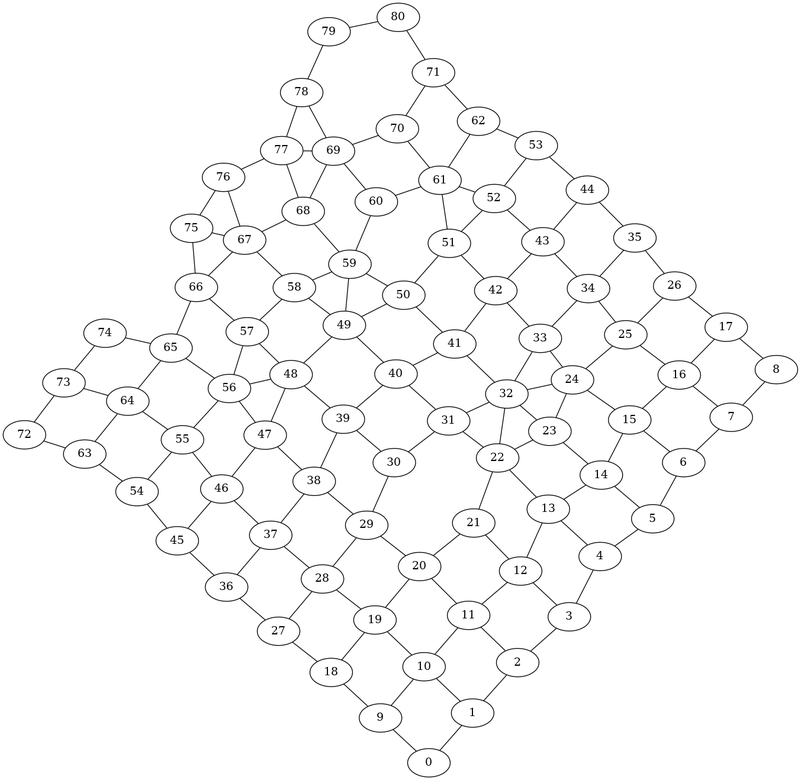
lorenzorizzi17/urban_network keeps this Graphviz diagram as fig/graph.png. Above is the earlier version. Its source is kept beside it as fig/graph.dot.
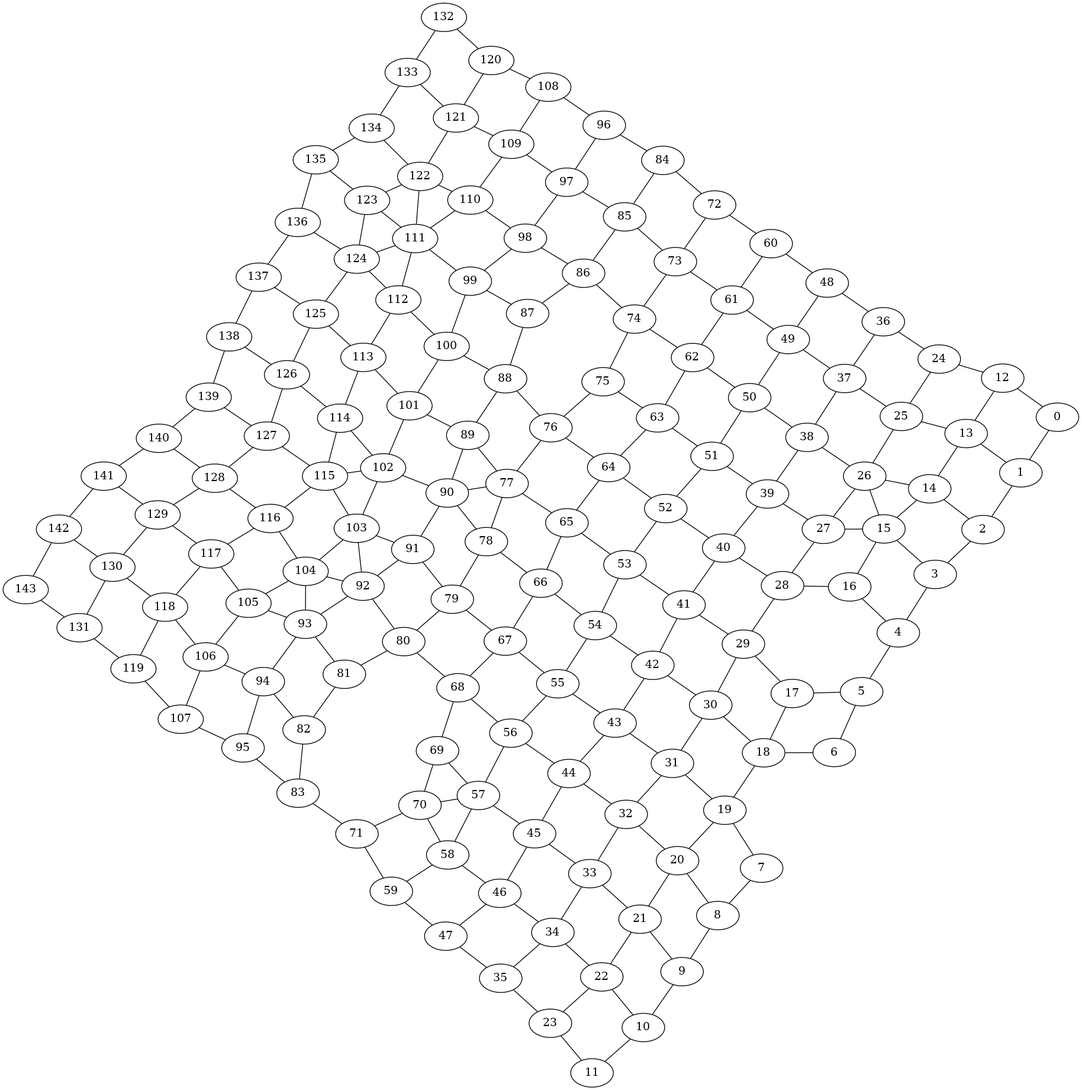
Later version of the same file.

The edit, as a diff of the source:
```diff
@@ -80,151 +80,334 @@
 78;
 79;
 80;
+81;
+82;
+83;
+84;
+85;
+86;
+87;
+88;
+89;
+90;
+91;
+92;
+93;
+94;
+95;
+96;
+97;
+98;
+99;
+100;
+101;
+102;
+103;
+104;
+105;
+106;
+107;
+108;
+109;
+110;
+111;
+112;
+113;
+114;
+115;
+116;
+117;
+118;
+119;
+120;
+121;
+122;
+123;
+124;
+125;
+126;
+127;
+128;
+129;
+130;
+131;
+132;
+133;
+134;
+135;
+136;
+137;
+138;
+139;
+140;
+141;
+142;
+143;
 0--1 ;
-0--9 ;
-1--10 ;
+0--12 ;
+1--13 ;
 1--2 ;
-2--11 ;
+2--14 ;
 2--3 ;
-3--12 ;
+3--15 ;
 3--4 ;
-4--13 ;
+4--16 ;
 4--5 ;
-5--14 ;
+5--17 ;
 5--6 ;
-6--15 ;
-6--7 ;
-7--16 ;
+6--18 ;
+7--19 ;
 7--8 ;
-8--17 ;
+8--20 ;
+8--9 ;
+9--21 ;
 9--10 ;
-9--18 ;
-10--19 ;
+10--22 ;
 10--11 ;
-11--20 ;
-11--12 ;
-12--21 ;
+11--23 ;
 12--13 ;
-13--22 ;
+12--24 ;
+13--25 ;
 13--14 ;
-14--23 ;
+14--26 ;
 14--15 ;
-15--24 ;
+15--27 ;
 15--16 ;
-16--25 ;
-16--17 ;
-17--26 ;
+16--28 ;
+17--29 ;
+17--18 ;
+18--30 ;
 18--19 ;
-18--27 ;
-19--28 ;
+19--31 ;
 19--20 ;
-20--29 ;
+20--32 ;
 20--21 ;
+21--33 ;
 21--22 ;
-22--31 ;
+22--34 ;
 22--23 ;
-23--32 ;
-23--24 ;
-24--33 ;
+23--35 ;
 24--25 ;
-25--34 ;
+24--36 ;
+25--37 ;
 25--26 ;
-26--35 ;
+26--38 ;
+26--27 ;
+27--39 ;
 27--28 ;
-27--36 ;
-28--37 ;
+28--40 ;
 28--29 ;
-29--38 ;
+29--41 ;
 29--30 ;
-30--39 ;
+30--42 ;
 30--31 ;
-31--40 ;
+31--43 ;
 31--32 ;
-32--41 ;
+32--44 ;
 32--33 ;
-33--42 ;
+33--45 ;
 33--34 ;
-34--43 ;
+34--46 ;
 34--35 ;
-35--44 ;
+35--47 ;
 36--37 ;
-36--45 ;
-37--46 ;
+36--48 ;
+37--49 ;
 37--38 ;
-38--47 ;
+38--50 ;
 38--39 ;
-39--48 ;
+39--51 ;
 39--40 ;
-40--49 ;
+40--52 ;
 40--41 ;
-41--50 ;
+41--53 ;
 41--42 ;
-42--51 ;
+42--54 ;
 42--43 ;
-43--52 ;
+43--55 ;
 43--44 ;
-44--53 ;
+44--56 ;
+44--45 ;
+45--57 ;
 45--46 ;
-45--54 ;
-46--55 ;
+46--58 ;
 46--47 ;
-47--56 ;
-47--48 ;
-48--57 ;
+47--59 ;
 48--49 ;
-49--58 ;
+48--60 ;
+49--61 ;
 49--50 ;
-50--59 ;
+50--62 ;
 50--51 ;
+51--63 ;
 51--52 ;
-52--61 ;
+52--64 ;
 52--53 ;
-53--62 ;
+53--65 ;
+53--54 ;
+54--66 ;
 54--55 ;
-54--63 ;
-55--64 ;
+55--67 ;
 55--56 ;
-56--65 ;
+56--68 ;
 56--57 ;
-57--66 ;
+57--69 ;
 57--58 ;
-58--67 ;
+58--70 ;
 58--59 ;
-59--68 ;
-59--60 ;
-60--69 ;
+59--71 ;
 60--61 ;
-61--70 ;
+60--72 ;
+61--73 ;
 61--62 ;
-62--71 ;
+62--74 ;
+62--63 ;
+63--75 ;
 63--64 ;
-63--72 ;
-64--73 ;
+64--76 ;
 64--65 ;
-65--74 ;
+65--77 ;
 65--66 ;
-66--75 ;
+66--78 ;
 66--67 ;
-67--76 ;
+67--79 ;
 67--68 ;
-68--77 ;
+68--80 ;
 68--69 ;
-69--78 ;
 69--70 ;
 70--71 ;
-71--80 ;
+71--83 ;
 72--73 ;
+72--84 ;
+73--85 ;
 73--74 ;
+74--86 ;
+74--75 ;
 75--76 ;
+76--88 ;
 76--77 ;
+77--89 ;
 77--78 ;
+78--90 ;
 78--79 ;
+79--91 ;
 79--80 ;
-51--61 ;
-32--22 ;
-67--75 ;
-32--24 ;
-59--49 ;
-56--48 ;
-69--77 ;
+80--92 ;
+80--81 ;
+81--93 ;
+81--82 ;
+82--94 ;
+82--83 ;
+83--95 ;
+84--85 ;
+84--96 ;
+85--97 ;
+85--86 ;
+86--98 ;
+86--87 ;
+87--99 ;
+87--88 ;
+88--100 ;
+88--89 ;
+89--101 ;
+89--90 ;
+90--102 ;
+90--91 ;
+91--103 ;
+91--92 ;
+92--104 ;
+92--93 ;
+93--105 ;
+93--94 ;
+94--106 ;
+94--95 ;
+95--107 ;
+96--97 ;
+96--108 ;
+97--109 ;
+97--98 ;
+98--110 ;
+98--99 ;
+99--111 ;
+99--100 ;
+100--112 ;
+100--101 ;
+101--113 ;
+101--102 ;
+102--114 ;
+102--103 ;
+103--115 ;
+103--104 ;
+104--116 ;
+104--105 ;
+105--117 ;
+105--106 ;
+106--118 ;
+106--107 ;
+107--119 ;
+108--109 ;
+108--120 ;
+109--121 ;
+109--110 ;
+110--122 ;
+110--111 ;
+111--123 ;
+111--112 ;
+112--124 ;
+112--113 ;
+113--125 ;
+113--114 ;
+114--126 ;
+114--115 ;
+115--127 ;
+115--116 ;
+116--128 ;
+116--117 ;
+117--129 ;
+117--118 ;
+118--130 ;
+118--119 ;
+119--131 ;
+120--121 ;
+120--132 ;
+121--133 ;
+121--122 ;
+122--134 ;
+122--123 ;
+123--135 ;
+123--124 ;
+124--136 ;
+124--125 ;
+125--137 ;
+125--126 ;
+126--138 ;
+126--127 ;
+127--139 ;
+127--128 ;
+128--140 ;
+128--129 ;
+129--141 ;
+129--130 ;
+130--142 ;
+130--131 ;
+131--143 ;
+132--133 ;
+133--134 ;
+134--135 ;
+135--136 ;
+136--137 ;
+137--138 ;
+138--139 ;
+139--140 ;
+140--141 ;
+141--142 ;
+142--143 ;
+122--111 ;
+104--93 ;
+77--90 ;
+102--115 ;
+15--26 ;
+57--70 ;
+92--103 ;
+124--111 ;
 }
```
